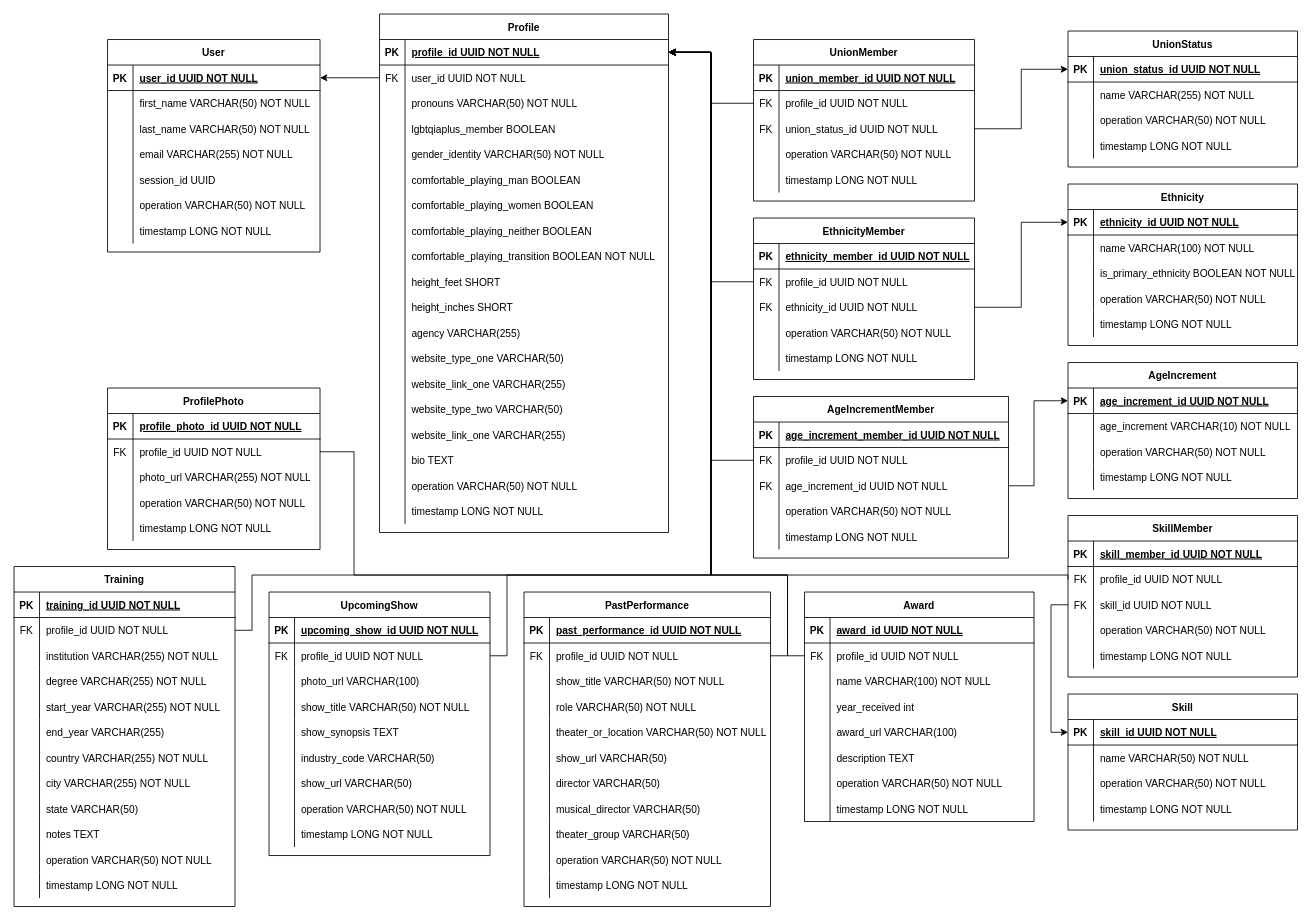
This is docs/db_designs/cag-backend-api-v1.drawio from Chicago-Artist-Guide/cag-backend-api, a draw.io file, before an edit. Source tidied: cells renumbered, new cells numbered last; positions are measured from the earlier drawing's top-left corner, leaving out a move shared by most shapes. Both pictures are drawn from the tidied source at 85%, with x=0, y=0 at pixel (14, 14).
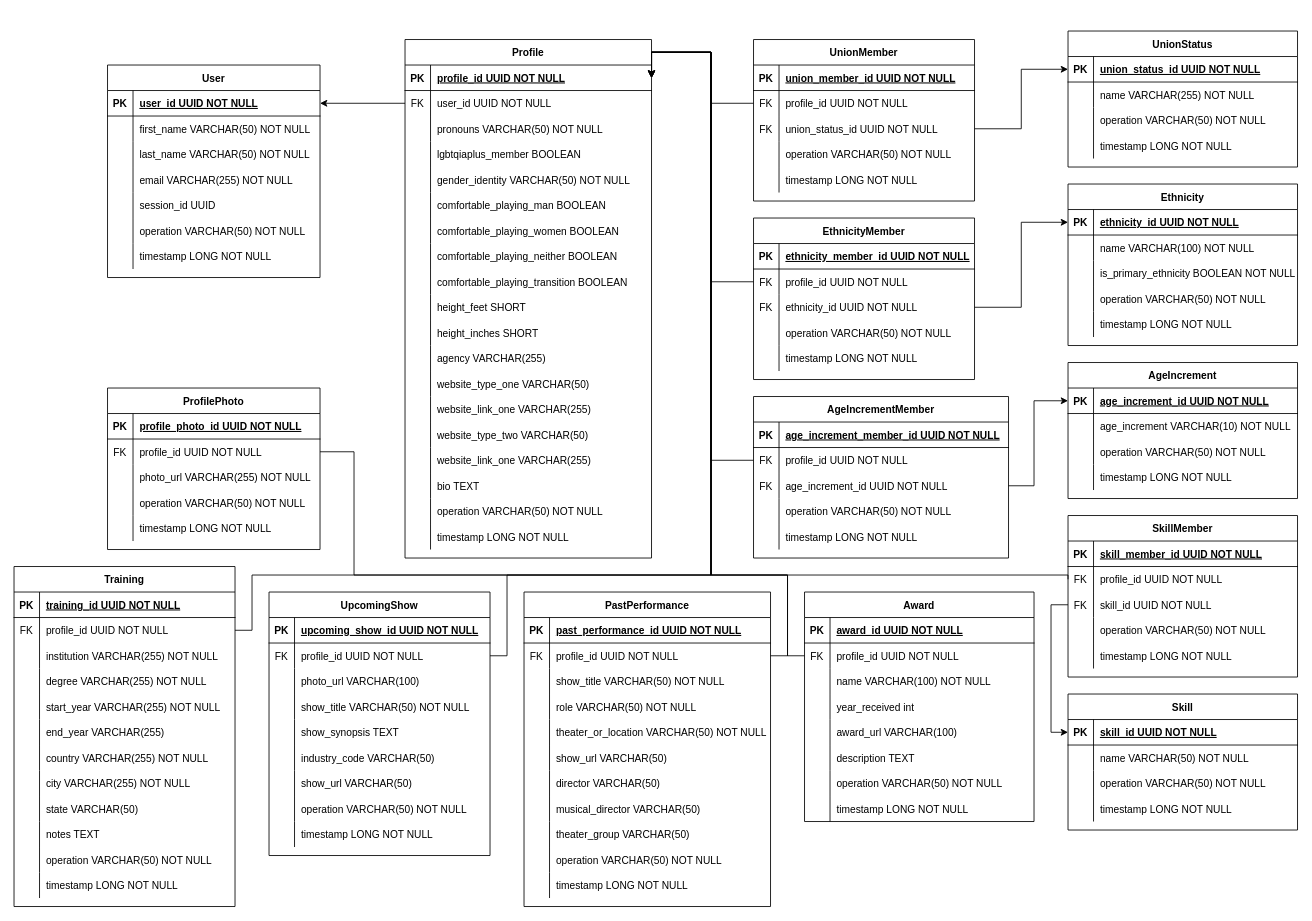
After the change.

Change to the diagram source:
```diff
@@
     <mxCell id="2" value="User" style="shape=table;startSize=30;childLayout=tableLayout;rowLines=0;fontStyle=1;align=center;" parent="1" vertex="1">
-      <mxGeometry x="110" y="30" width="250" height="250" as="geometry" />
+      <mxGeometry x="110" y="60" width="250" height="250" as="geometry" />
     </mxCell>
@@
     <mxCell id="24" value="Profile" style="shape=table;startSize=30;childLayout=tableLayout;rowLines=0;fontStyle=1;align=center;" parent="1" vertex="1">
-      <mxGeometry x="430" width="340" height="610" as="geometry" />
+      <mxGeometry x="460" y="30" width="290" height="610" as="geometry" />
     </mxCell>
     <mxCell id="25" style="shape=partialRectangle;fillColor=none;points=[[0,0.5],[1,0.5]];portConstraint=eastwest;top=0;left=0;right=0;bottom=1;" parent="24" vertex="1">
-      <mxGeometry y="30" width="340" height="30" as="geometry" />
+      <mxGeometry y="30" width="290" height="30" as="geometry" />
     </mxCell>
@@
     <mxCell id="27" value="profile_id UUID NOT NULL " style="shape=partialRectangle;overflow=hidden;fillColor=none;top=0;left=0;bottom=0;right=0;align=left;spacingLeft=6;fontStyle=5;" parent="25" vertex="1">
-      <mxGeometry x="30" width="310" height="30" as="geometry" />
+      <mxGeometry x="30" width="260" height="30" as="geometry" />
     </mxCell>
     <mxCell id="28" style="shape=partialRectangle;fillColor=none;points=[[0,0.5],[1,0.5]];portConstraint=eastwest;top=0;left=0;right=0;bottom=0;" parent="24" vertex="1">
-      <mxGeometry y="60" width="340" height="30" as="geometry" />
+      <mxGeometry y="60" width="290" height="30" as="geometry" />
     </mxCell>
@@
     <mxCell id="30" value="user_id UUID NOT NULL" style="shape=partialRectangle;overflow=hidden;fillColor=none;top=0;left=0;bottom=0;right=0;align=left;spacingLeft=6;" parent="28" vertex="1">
-      <mxGeometry x="30" width="310" height="30" as="geometry" />
+      <mxGeometry x="30" width="260" height="30" as="geometry" />
     </mxCell>
     <mxCell id="31" style="shape=partialRectangle;fillColor=none;top=0;left=0;right=0;bottom=0;" parent="24" vertex="1">
-      <mxGeometry y="90" width="340" height="30" as="geometry" />
+      <mxGeometry y="90" width="290" height="30" as="geometry" />
     </mxCell>
@@
     <mxCell id="33" value="pronouns VARCHAR(50) NOT NULL" style="shape=partialRectangle;overflow=hidden;fillColor=none;top=0;left=0;bottom=0;right=0;align=left;spacingLeft=6;" parent="31" vertex="1">
-      <mxGeometry x="30" width="310" height="30" as="geometry" />
+      <mxGeometry x="30" width="260" height="30" as="geometry" />
     </mxCell>
     <mxCell id="34" style="shape=partialRectangle;fillColor=none;top=0;left=0;right=0;bottom=0;" parent="24" vertex="1">
-      <mxGeometry y="120" width="340" height="30" as="geometry" />
+      <mxGeometry y="120" width="290" height="30" as="geometry" />
     </mxCell>
@@
     <mxCell id="36" value="lgbtqiaplus_member BOOLEAN" style="shape=partialRectangle;overflow=hidden;fillColor=none;top=0;left=0;bottom=0;right=0;align=left;spacingLeft=6;" parent="34" vertex="1">
-      <mxGeometry x="30" width="310" height="30" as="geometry" />
+      <mxGeometry x="30" width="260" height="30" as="geometry" />
     </mxCell>
     <mxCell id="37" style="shape=partialRectangle;fillColor=none;top=0;left=0;right=0;bottom=0;" parent="24" vertex="1">
-      <mxGeometry y="150" width="340" height="30" as="geometry" />
+      <mxGeometry y="150" width="290" height="30" as="geometry" />
     </mxCell>
@@
     <mxCell id="39" value="gender_identity VARCHAR(50) NOT NULL" style="shape=partialRectangle;overflow=hidden;fillColor=none;top=0;left=0;bottom=0;right=0;align=left;spacingLeft=6;" parent="37" vertex="1">
-      <mxGeometry x="30" width="310" height="30" as="geometry" />
+      <mxGeometry x="30" width="260" height="30" as="geometry" />
     </mxCell>
     <mxCell id="40" style="shape=partialRectangle;fillColor=none;top=0;left=0;right=0;bottom=0;" parent="24" vertex="1">
-      <mxGeometry y="180" width="340" height="30" as="geometry" />
+      <mxGeometry y="180" width="290" height="30" as="geometry" />
     </mxCell>
@@
     <mxCell id="42" value="comfortable_playing_man BOOLEAN" style="shape=partialRectangle;overflow=hidden;fillColor=none;top=0;left=0;bottom=0;right=0;align=left;spacingLeft=6;" parent="40" vertex="1">
-      <mxGeometry x="30" width="310" height="30" as="geometry" />
+      <mxGeometry x="30" width="260" height="30" as="geometry" />
     </mxCell>
     <mxCell id="43" style="shape=partialRectangle;fillColor=none;top=0;left=0;right=0;bottom=0;" parent="24" vertex="1">
-      <mxGeometry y="210" width="340" height="30" as="geometry" />
+      <mxGeometry y="210" width="290" height="30" as="geometry" />
     </mxCell>
@@
     <mxCell id="45" value="comfortable_playing_women BOOLEAN" style="shape=partialRectangle;overflow=hidden;fillColor=none;top=0;left=0;bottom=0;right=0;align=left;spacingLeft=6;" parent="43" vertex="1">
-      <mxGeometry x="30" width="310" height="30" as="geometry" />
+      <mxGeometry x="30" width="260" height="30" as="geometry" />
     </mxCell>
     <mxCell id="46" style="shape=partialRectangle;fillColor=none;top=0;left=0;right=0;bottom=0;" parent="24" vertex="1">
-      <mxGeometry y="240" width="340" height="30" as="geometry" />
+      <mxGeometry y="240" width="290" height="30" as="geometry" />
     </mxCell>
@@
     <mxCell id="48" value="comfortable_playing_neither BOOLEAN" style="shape=partialRectangle;overflow=hidden;fillColor=none;top=0;left=0;bottom=0;right=0;align=left;spacingLeft=6;" parent="46" vertex="1">
-      <mxGeometry x="30" width="310" height="30" as="geometry" />
+      <mxGeometry x="30" width="260" height="30" as="geometry" />
     </mxCell>
     <mxCell id="49" style="shape=partialRectangle;fillColor=none;top=0;left=0;right=0;bottom=0;" parent="24" vertex="1">
-      <mxGeometry y="270" width="340" height="30" as="geometry" />
+      <mxGeometry y="270" width="290" height="30" as="geometry" />
     </mxCell>
@@
-    <mxCell id="51" value="comfortable_playing_transition BOOLEAN NOT NULL" style="shape=partialRectangle;overflow=hidden;fillColor=none;top=0;left=0;bottom=0;right=0;align=left;spacingLeft=6;" parent="49" vertex="1">
-      <mxGeometry x="30" width="310" height="30" as="geometry" />
+    <mxCell id="51" value="comfortable_playing_transition BOOLEAN" style="shape=partialRectangle;overflow=hidden;fillColor=none;top=0;left=0;bottom=0;right=0;align=left;spacingLeft=6;" parent="49" vertex="1">
+      <mxGeometry x="30" width="260" height="30" as="geometry" />
     </mxCell>
     <mxCell id="52" style="shape=partialRectangle;fillColor=none;top=0;left=0;right=0;bottom=0;" parent="24" vertex="1">
-      <mxGeometry y="300" width="340" height="30" as="geometry" />
+      <mxGeometry y="300" width="290" height="30" as="geometry" />
     </mxCell>
@@
     <mxCell id="54" value="height_feet SHORT" style="shape=partialRectangle;overflow=hidden;fillColor=none;top=0;left=0;bottom=0;right=0;align=left;spacingLeft=6;" parent="52" vertex="1">
-      <mxGeometry x="30" width="310" height="30" as="geometry" />
+      <mxGeometry x="30" width="260" height="30" as="geometry" />
     </mxCell>
     <mxCell id="55" style="shape=partialRectangle;fillColor=none;top=0;left=0;right=0;bottom=0;" parent="24" vertex="1">
-      <mxGeometry y="330" width="340" height="30" as="geometry" />
+      <mxGeometry y="330" width="290" height="30" as="geometry" />
     </mxCell>
@@
     <mxCell id="57" value="height_inches SHORT" style="shape=partialRectangle;overflow=hidden;fillColor=none;top=0;left=0;bottom=0;right=0;align=left;spacingLeft=6;" parent="55" vertex="1">
-      <mxGeometry x="30" width="310" height="30" as="geometry" />
+      <mxGeometry x="30" width="260" height="30" as="geometry" />
     </mxCell>
     <mxCell id="58" style="shape=partialRectangle;fillColor=none;top=0;left=0;right=0;bottom=0;" parent="24" vertex="1">
-      <mxGeometry y="360" width="340" height="30" as="geometry" />
+      <mxGeometry y="360" width="290" height="30" as="geometry" />
     </mxCell>
@@
     <mxCell id="60" value="agency VARCHAR(255)  " style="shape=partialRectangle;overflow=hidden;fillColor=none;top=0;left=0;bottom=0;right=0;align=left;spacingLeft=6;" parent="58" vertex="1">
-      <mxGeometry x="30" width="310" height="30" as="geometry" />
+      <mxGeometry x="30" width="260" height="30" as="geometry" />
     </mxCell>
     <mxCell id="61" style="shape=partialRectangle;fillColor=none;top=0;left=0;right=0;bottom=0;" parent="24" vertex="1">
-      <mxGeometry y="390" width="340" height="30" as="geometry" />
+      <mxGeometry y="390" width="290" height="30" as="geometry" />
     </mxCell>
@@
     <mxCell id="63" value="website_type_one VARCHAR(50)  " style="shape=partialRectangle;overflow=hidden;fillColor=none;top=0;left=0;bottom=0;right=0;align=left;spacingLeft=6;" parent="61" vertex="1">
-      <mxGeometry x="30" width="310" height="30" as="geometry" />
+      <mxGeometry x="30" width="260" height="30" as="geometry" />
     </mxCell>
     <mxCell id="64" style="shape=partialRectangle;fillColor=none;top=0;left=0;right=0;bottom=0;" parent="24" vertex="1">
-      <mxGeometry y="420" width="340" height="30" as="geometry" />
+      <mxGeometry y="420" width="290" height="30" as="geometry" />
     </mxCell>
@@
     <mxCell id="66" value="website_link_one VARCHAR(255)  " style="shape=partialRectangle;overflow=hidden;fillColor=none;top=0;left=0;bottom=0;right=0;align=left;spacingLeft=6;" parent="64" vertex="1">
-      <mxGeometry x="30" width="310" height="30" as="geometry" />
+      <mxGeometry x="30" width="260" height="30" as="geometry" />
     </mxCell>
     <mxCell id="67" style="shape=partialRectangle;fillColor=none;top=0;left=0;right=0;bottom=0;" parent="24" vertex="1">
-      <mxGeometry y="450" width="340" height="30" as="geometry" />
+      <mxGeometry y="450" width="290" height="30" as="geometry" />
     </mxCell>
@@
     <mxCell id="69" value="website_type_two VARCHAR(50)  " style="shape=partialRectangle;overflow=hidden;fillColor=none;top=0;left=0;bottom=0;right=0;align=left;spacingLeft=6;" parent="67" vertex="1">
-      <mxGeometry x="30" width="310" height="30" as="geometry" />
+      <mxGeometry x="30" width="260" height="30" as="geometry" />
     </mxCell>
     <mxCell id="70" style="shape=partialRectangle;fillColor=none;top=0;left=0;right=0;bottom=0;" parent="24" vertex="1">
-      <mxGeometry y="480" width="340" height="30" as="geometry" />
+      <mxGeometry y="480" width="290" height="30" as="geometry" />
     </mxCell>
@@
     <mxCell id="72" value="website_link_one VARCHAR(255)  " style="shape=partialRectangle;overflow=hidden;fillColor=none;top=0;left=0;bottom=0;right=0;align=left;spacingLeft=6;" parent="70" vertex="1">
-      <mxGeometry x="30" width="310" height="30" as="geometry" />
+      <mxGeometry x="30" width="260" height="30" as="geometry" />
     </mxCell>
     <mxCell id="73" style="shape=partialRectangle;fillColor=none;top=0;left=0;right=0;bottom=0;" parent="24" vertex="1">
-      <mxGeometry y="510" width="340" height="30" as="geometry" />
+      <mxGeometry y="510" width="290" height="30" as="geometry" />
     </mxCell>
@@
     <mxCell id="75" value="bio TEXT  " style="shape=partialRectangle;overflow=hidden;fillColor=none;top=0;left=0;bottom=0;right=0;align=left;spacingLeft=6;" parent="73" vertex="1">
-      <mxGeometry x="30" width="310" height="30" as="geometry" />
+      <mxGeometry x="30" width="260" height="30" as="geometry" />
     </mxCell>
     <mxCell id="76" style="shape=partialRectangle;fillColor=none;top=0;left=0;right=0;bottom=0;" parent="24" vertex="1">
-      <mxGeometry y="540" width="340" height="30" as="geometry" />
+      <mxGeometry y="540" width="290" height="30" as="geometry" />
     </mxCell>
@@
     <mxCell id="78" value="operation VARCHAR(50) NOT NULL" style="shape=partialRectangle;overflow=hidden;fillColor=none;top=0;left=0;bottom=0;right=0;align=left;spacingLeft=6;" parent="76" vertex="1">
-      <mxGeometry x="30" width="310" height="30" as="geometry" />
+      <mxGeometry x="30" width="260" height="30" as="geometry" />
     </mxCell>
     <mxCell id="79" style="shape=partialRectangle;fillColor=none;top=0;left=0;right=0;bottom=0;" parent="24" vertex="1">
-      <mxGeometry y="570" width="340" height="30" as="geometry" />
+      <mxGeometry y="570" width="290" height="30" as="geometry" />
     </mxCell>
@@
     <mxCell id="81" value="timestamp LONG NOT NULL" style="shape=partialRectangle;overflow=hidden;fillColor=none;top=0;left=0;bottom=0;right=0;align=left;spacingLeft=6;" parent="79" vertex="1">
-      <mxGeometry x="30" width="310" height="30" as="geometry" />
+      <mxGeometry x="30" width="260" height="30" as="geometry" />
     </mxCell>
```
